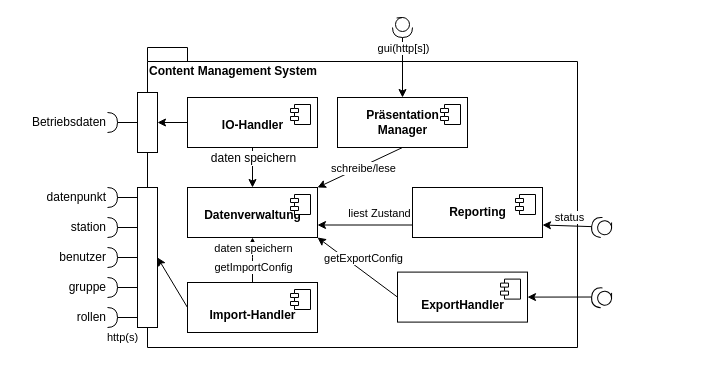
Earlier version of the draw.io diagram Graphics/bausteinansicht_ebene_1.drawio (Boneau2007/Softwarearchitektur). Source tidied: cells renumbered, new cells numbered last; positions are measured from the earlier drawing's top-left corner, leaving out a move shared by most shapes. Both pictures are drawn from the tidied source at 100%, with x=0, y=0 at pixel (17, 17).
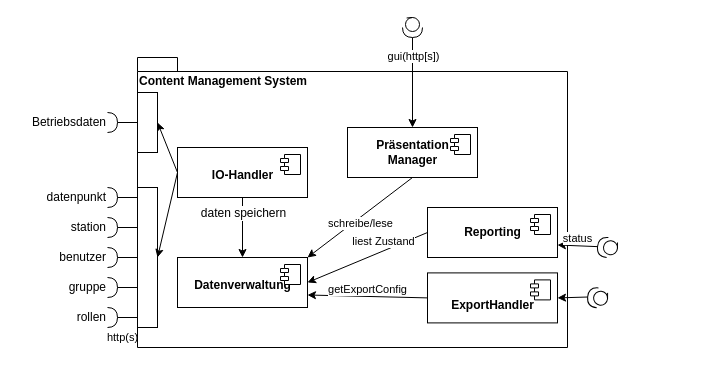
After the change.

The change refers to these unchanged cells:
```xml
<mxCell id="20" style="rounded=0;whiteSpace=wrap;html=1;" parent="1" vertex="1">
  <mxGeometry x="120" y="170" width="20" height="140" as="geometry" />
</mxCell>
```

The edit, as a diff of the source:
```diff
@@
     <mxCell id="2" value="Content Management System" style="shape=folder;fontStyle=1;spacingTop=10;tabWidth=40;tabHeight=14;tabPosition=left;html=1;align=left;verticalAlign=top;" parent="1" vertex="1">
-      <mxGeometry x="130" y="30" width="430" height="300" as="geometry" />
+      <mxGeometry x="120" y="40" width="430" height="290" as="geometry" />
     </mxCell>
@@
-    <mxCell id="6" style="edgeStyle=none;rounded=0;jettySize=auto;html=1;exitX=0.5;exitY=0;exitDx=0;exitDy=0;entryX=0.5;entryY=1;entryDx=0;entryDy=0;endArrow=classic;endFill=1;" parent="1" edge="1" source="54" target="18">
-      <mxGeometry relative="1" as="geometry">
-        <Array as="points">
-          <mxPoint x="235" y="240" />
-        </Array>
-      </mxGeometry>
-    </mxCell>
-    <mxCell id="7" value="daten speichern" style="text;html=1;align=center;verticalAlign=middle;labelBackgroundColor=#ffffff;fontSize=11;" parent="6" vertex="1">
-      <mxGeometry x="0.64" y="-28" relative="1" as="geometry">
-        <mxPoint x="-28" y="2" as="offset" />
-      </mxGeometry>
-    </mxCell>
     <mxCell id="8" value="&lt;br&gt;&lt;b&gt;IO-Handler&lt;/b&gt;" style="html=1;verticalAlign=top;" parent="1" vertex="1">
-      <mxGeometry x="170" y="80" width="130" height="50" as="geometry" />
+      <mxGeometry x="160" y="130" width="130" height="50" as="geometry" />
     </mxCell>
@@
     <mxCell id="12" value="&lt;div&gt;&lt;b&gt;Präsentation&lt;/b&gt;&lt;/div&gt;&lt;div&gt;&lt;b&gt;Manager&lt;/b&gt;&lt;/div&gt;" style="html=1;verticalAlign=middle;" parent="1" vertex="1">
-      <mxGeometry x="320" y="80" width="130" height="50" as="geometry" />
+      <mxGeometry x="330" y="110" width="130" height="50" as="geometry" />
     </mxCell>
@@
     <mxCell id="18" value="&lt;br&gt;&lt;b&gt;Datenverwaltung&lt;/b&gt;" style="html=1;verticalAlign=top;" parent="1" vertex="1">
-      <mxGeometry x="170" y="170" width="130" height="50" as="geometry" />
+      <mxGeometry x="160" y="240" width="130" height="50" as="geometry" />
     </mxCell>
@@
-    <mxCell id="36" style="edgeStyle=none;rounded=0;jettySize=auto;html=1;exitX=0;exitY=0.75;exitDx=0;exitDy=0;entryX=1;entryY=0.75;entryDx=0;entryDy=0;endArrow=classic;endFill=1;fontSize=11;" parent="1" edge="1" source="38" target="18">
+    <mxCell id="36" style="edgeStyle=none;rounded=0;jettySize=auto;html=1;exitX=0;exitY=0.5;exitDx=0;exitDy=0;entryX=1;entryY=0.5;entryDx=0;entryDy=0;endArrow=classic;endFill=1;fontSize=11;" parent="1" edge="1" source="38" target="18">
       <mxGeometry relative="1" as="geometry" />
     </mxCell>
@@
     <mxCell id="38" value="&lt;b&gt;Reporting&lt;br&gt;&lt;/b&gt;" style="html=1;verticalAlign=middle;" parent="1" vertex="1">
-      <mxGeometry x="395" y="170" width="130" height="50" as="geometry" />
+      <mxGeometry x="410" y="190" width="130" height="50" as="geometry" />
     </mxCell>
@@
     <mxCell id="42" style="shape=providedRequiredInterface;html=1;verticalLabelPosition=bottom;fontSize=11;align=center;rotation=-175;" parent="1" vertex="1">
-      <mxGeometry x="574.1" y="200" width="20" height="20" as="geometry" />
+      <mxGeometry x="580" y="220" width="20" height="20" as="geometry" />
     </mxCell>
@@
-    <mxCell id="44" style="edgeStyle=none;rounded=0;jettySize=auto;html=1;exitX=1;exitY=1;exitDx=0;exitDy=0;entryX=0;entryY=0.5;entryDx=0;entryDy=0;endArrow=none;endFill=0;fontSize=11;startArrow=classic;startFill=1;" parent="1" edge="1" source="18" target="51">
+    <mxCell id="44" style="edgeStyle=none;rounded=0;jettySize=auto;html=1;exitX=1;exitY=0.75;exitDx=0;exitDy=0;entryX=0;entryY=0.5;entryDx=0;entryDy=0;endArrow=none;endFill=0;fontSize=11;startArrow=classic;startFill=1;" parent="1" edge="1" source="18" target="51">
       <mxGeometry relative="1" as="geometry" />
     </mxCell>
     <mxCell id="45" value="getExportConfig" style="text;html=1;align=center;verticalAlign=middle;labelBackgroundColor=#ffffff;fontSize=11;" parent="44" vertex="1">
       <mxGeometry x="0.5" y="-1" relative="1" as="geometry">
-        <mxPoint x="-14.5" y="-25.6" as="offset" />
+        <mxPoint x="-30" y="-9.6" as="offset" />
       </mxGeometry>
     </mxCell>
@@
     <mxCell id="47" style="shape=providedRequiredInterface;html=1;verticalLabelPosition=bottom;fontSize=11;align=center;rotation=90;" parent="1" vertex="1">
-      <mxGeometry x="375" width="20" height="20" as="geometry" />
+      <mxGeometry x="385" width="20" height="20" as="geometry" />
     </mxCell>
@@
     <mxCell id="51" value="&lt;br&gt;&lt;b&gt;ExportHandler&lt;br&gt;&lt;/b&gt;" style="html=1;verticalAlign=middle;" parent="1" vertex="1">
-      <mxGeometry x="380" y="254.6" width="130" height="50" as="geometry" />
+      <mxGeometry x="410" y="255.4" width="130" height="50" as="geometry" />
     </mxCell>
@@
-    <mxCell id="53" style="edgeStyle=none;rounded=0;jettySize=auto;html=1;exitX=0;exitY=0.5;exitDx=0;exitDy=0;entryX=1;entryY=0.5;entryDx=0;entryDy=0;endArrow=classic;endFill=1;fontSize=11;" parent="1" edge="1" source="54" target="20">
+    <mxCell id="53" style="edgeStyle=none;rounded=0;jettySize=auto;html=1;exitX=0;exitY=0.5;exitDx=0;exitDy=0;entryX=1;entryY=0.5;entryDx=0;entryDy=0;endArrow=classic;endFill=1;fontSize=11;" parent="1" edge="1" source="8" target="20">
       <mxGeometry relative="1" as="geometry" />
     </mxCell>
-    <mxCell id="54" value="&lt;br&gt;&lt;b&gt;Import-Handler&lt;br&gt;&lt;/b&gt;" style="html=1;verticalAlign=middle;" parent="1" vertex="1">
-      <mxGeometry x="170" y="265" width="130" height="50" as="geometry" />
-    </mxCell>
-    <mxCell id="55" style="shape=component;jettyWidth=8;jettyHeight=4;" parent="54" vertex="1">
-      <mxGeometry x="1" width="20" height="20" relative="1" as="geometry">
-        <mxPoint x="-27" y="7" as="offset" />
-      </mxGeometry>
-    </mxCell>
     <mxCell id="56" style="shape=providedRequiredInterface;html=1;verticalLabelPosition=bottom;fontSize=11;align=center;rotation=-175;" parent="1" vertex="1">
-      <mxGeometry x="574.1" y="270.4" width="20" height="20" as="geometry" />
+      <mxGeometry x="570.1" y="270.4" width="20" height="20" as="geometry" />
     </mxCell>
@@
-    <mxCell id="59" value="getImportConfig" style="text;html=1;align=center;verticalAlign=middle;labelBackgroundColor=#ffffff;fontSize=11;" parent="1" vertex="1">
-      <mxGeometry x="250" y="290.4" as="geometry">
-        <mxPoint x="-14.9" y="-40.6" as="offset" />
-      </mxGeometry>
-    </mxCell>
```
